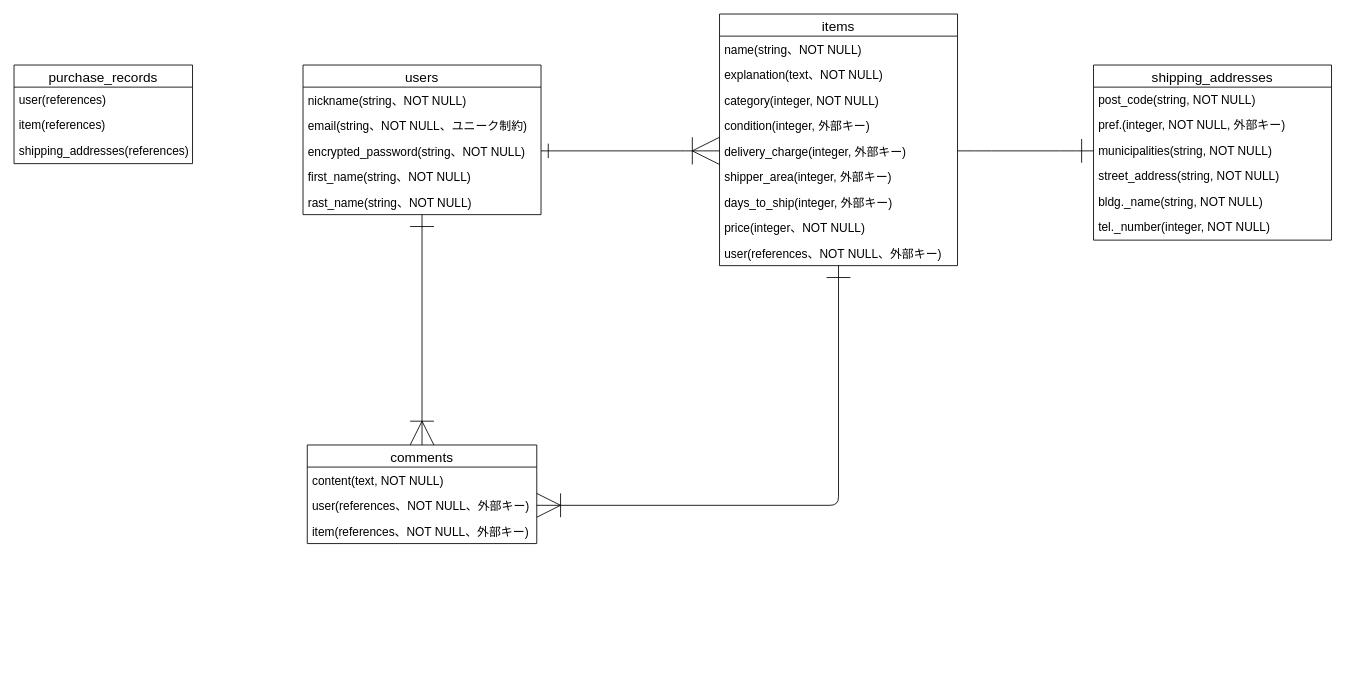
Before: furima.dio in KAZUbcda/furima-39612, a draw.io diagram. Source tidied: cells renumbered, new cells numbered last; positions are measured from the earlier drawing's top-left corner, leaving out a move shared by most shapes. Both pictures are drawn from the tidied source at 85%, with x=0, y=0 at pixel (14, 14).
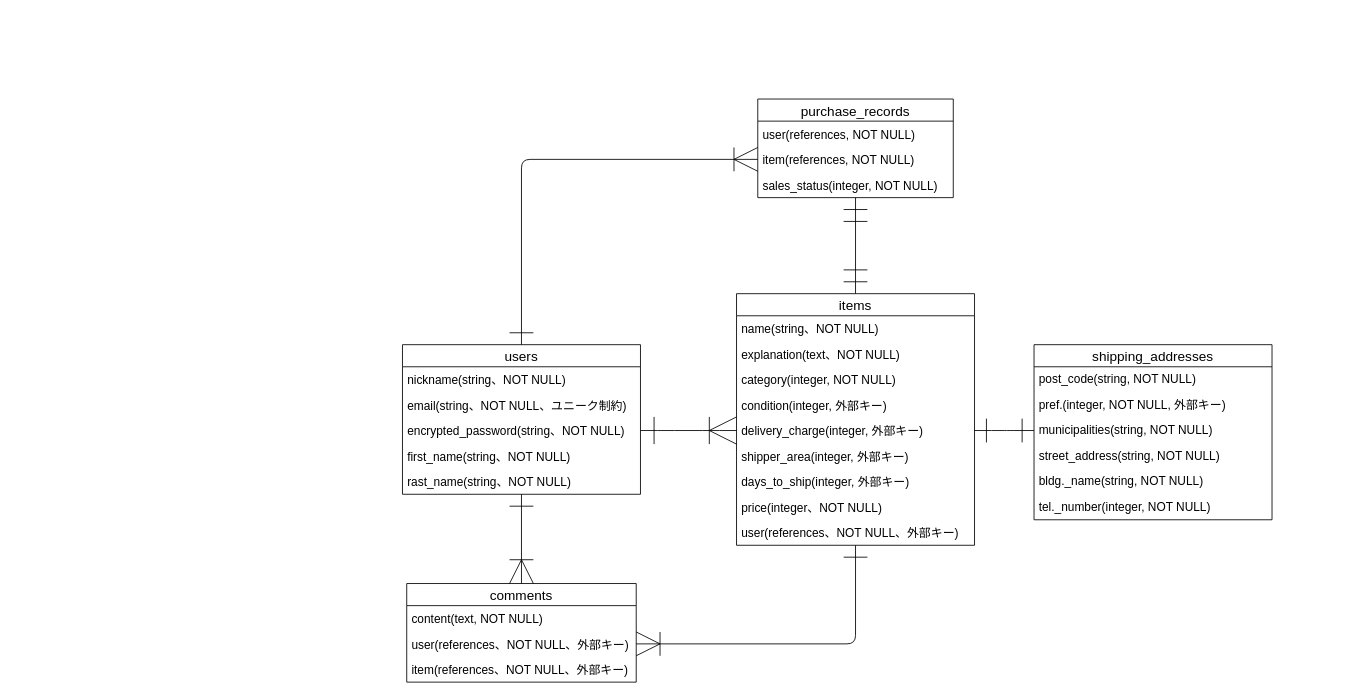
Above is the later version.

Commit message (it also covers changes not shown here):
ER図、READMEのコードレビュー1

The change refers to these unchanged cells:
```xml
<mxCell id="5" value="encrypted_password(string、NOT NULL)" style="text;strokeColor=none;fillColor=none;spacingLeft=4;spacingRight=4;overflow=hidden;points=[[0,0.5],[1,0.5]];portConstraint=eastwest;fontSize=14;verticalAlign=middle;" parent="2" vertex="1">
  <mxGeometry y="86" width="280" height="30" as="geometry" />
</mxCell>
<mxCell id="13" value="delivery_charge(integer, 外部キー)" style="text;strokeColor=none;fillColor=none;spacingLeft=4;spacingRight=4;overflow=hidden;points=[[0,0.5],[1,0.5]];portConstraint=eastwest;fontSize=14;verticalAlign=middle;" parent="8" vertex="1">
  <mxGeometry y="146" width="280" height="30" as="geometry" />
</mxCell>
<mxCell id="17" value="user(references、NOT NULL、外部キー)" style="text;strokeColor=none;fillColor=none;spacingLeft=4;spacingRight=4;overflow=hidden;points=[[0,0.5],[1,0.5]];portConstraint=eastwest;fontSize=14;verticalAlign=middle;" parent="8" vertex="1">
  <mxGeometry y="266" width="280" height="30" as="geometry" />
</mxCell>
<mxCell id="20" value="user(references、NOT NULL、外部キー)" style="text;strokeColor=none;fillColor=none;spacingLeft=4;spacingRight=4;overflow=hidden;points=[[0,0.5],[1,0.5]];portConstraint=eastwest;fontSize=14;verticalAlign=middle;" parent="18" vertex="1">
  <mxGeometry y="56" width="270" height="30" as="geometry" />
</mxCell>
<mxCell id="25" value="municipalities(string, NOT NULL)" style="text;strokeColor=none;fillColor=none;spacingLeft=4;spacingRight=4;overflow=hidden;points=[[0,0.5],[1,0.5]];portConstraint=eastwest;fontSize=14;" parent="22" vertex="1">
  <mxGeometry y="86" width="280" height="30" as="geometry" />
</mxCell>
```

Change to the diagram source:
```diff
@@
     <mxCell id="2" value="users" style="swimlane;fontStyle=0;horizontal=1;startSize=26;align=center;fontSize=16;verticalAlign=middle;" parent="1" vertex="1">
-      <mxGeometry x="340" y="60" width="280" height="176" as="geometry" />
+      <mxGeometry x="457" y="389" width="280" height="176" as="geometry" />
     </mxCell>
@@
     <mxCell id="8" value="items" style="swimlane;fontStyle=0;horizontal=1;startSize=26;align=center;fontSize=16;" parent="1" vertex="1">
-      <mxGeometry x="830" width="280" height="296" as="geometry" />
+      <mxGeometry x="850" y="329" width="280" height="296" as="geometry" />
     </mxCell>
@@
     <mxCell id="18" value="comments" style="swimlane;fontStyle=0;horizontal=1;startSize=26;align=center;fontSize=16;fillColor=none;strokeColor=default;" parent="1" vertex="1">
-      <mxGeometry x="345" y="507" width="270" height="116" as="geometry" />
+      <mxGeometry x="462" y="670" width="270" height="116" as="geometry" />
     </mxCell>
@@
     <mxCell id="22" value="shipping_addresses" style="swimlane;fontStyle=0;horizontal=1;startSize=26;align=center;fontSize=16;" parent="1" vertex="1">
-      <mxGeometry x="1270" y="60" width="280" height="206" as="geometry" />
+      <mxGeometry x="1200" y="389" width="280" height="206" as="geometry" />
     </mxCell>
@@
-    <mxCell id="29" style="edgeStyle=entityRelationEdgeStyle;fontSize=12;html=1;endArrow=ERoneToMany;exitX=1;exitY=0.5;exitDx=0;exitDy=0;startSize=15;sourcePerimeterSpacing=0;endSize=30;startArrow=ERone;startFill=0;entryX=0;entryY=0.5;entryDx=0;entryDy=0;" parent="1" edge="1" source="5" target="13">
+    <mxCell id="29" style="edgeStyle=entityRelationEdgeStyle;fontSize=12;html=1;endArrow=ERoneToMany;startSize=30;sourcePerimeterSpacing=0;endSize=30;startArrow=ERone;startFill=0;entryX=0;entryY=0.5;entryDx=0;entryDy=0;exitX=1;exitY=0.5;exitDx=0;exitDy=0;" parent="1" edge="1" source="5" target="13">
       <mxGeometry relative="1" as="geometry" />
     </mxCell>
@@
     <mxCell id="31" style="fontSize=12;html=1;endArrow=ERone;strokeColor=default;startSize=26;endSize=26;sourcePerimeterSpacing=0;exitX=1;exitY=0.5;exitDx=0;exitDy=0;edgeStyle=elbowEdgeStyle;elbow=vertical;startArrow=ERoneToMany;startFill=0;endFill=0;" parent="1" edge="1" source="20" target="17">
       <mxGeometry relative="1" as="geometry">
         <Array as="points">
-          <mxPoint x="820" y="578" />
+          <mxPoint x="990" y="741" />
         </Array>
       </mxGeometry>
     </mxCell>
-    <mxCell id="32" style="edgeStyle=entityRelationEdgeStyle;fontSize=12;html=1;endArrow=ERone;endFill=1;strokeColor=default;startSize=26;endSize=26;sourcePerimeterSpacing=0;elbow=vertical;exitX=1;exitY=0.5;exitDx=0;exitDy=0;entryX=0;entryY=0.5;entryDx=0;entryDy=0;" parent="1" edge="1" source="13" target="25">
+    <mxCell id="32" style="edgeStyle=entityRelationEdgeStyle;fontSize=12;html=1;endArrow=ERone;endFill=1;strokeColor=default;startSize=26;endSize=26;sourcePerimeterSpacing=0;elbow=vertical;exitX=1;exitY=0.5;exitDx=0;exitDy=0;entryX=0;entryY=0.5;entryDx=0;entryDy=0;startArrow=ERone;startFill=0;" parent="1" edge="1" source="13" target="25">
       <mxGeometry relative="1" as="geometry" />
     </mxCell>
     <mxCell id="33" value="purchase_records" style="swimlane;fontStyle=0;horizontal=1;startSize=26;align=center;fontSize=16;" parent="1" vertex="1">
-      <mxGeometry y="60" width="210" height="116" as="geometry" />
+      <mxGeometry x="875" y="100" width="230" height="116" as="geometry" />
     </mxCell>
-    <mxCell id="34" value="user(references)" style="text;strokeColor=none;fillColor=none;spacingLeft=4;spacingRight=4;overflow=hidden;fontSize=14;" parent="33" vertex="1">
-      <mxGeometry y="26" width="210" height="30" as="geometry" />
+    <mxCell id="34" value="user(references, NOT NULL)" style="text;strokeColor=none;fillColor=none;spacingLeft=4;spacingRight=4;overflow=hidden;fontSize=14;verticalAlign=middle;" parent="33" vertex="1">
+      <mxGeometry y="26" width="230" height="30" as="geometry" />
     </mxCell>
-    <mxCell id="35" value="item(references)" style="text;strokeColor=none;fillColor=none;spacingLeft=4;spacingRight=4;overflow=hidden;points=[[0,0.5],[1,0.5]];portConstraint=eastwest;fontSize=14;" parent="33" vertex="1">
-      <mxGeometry y="56" width="210" height="30" as="geometry" />
+    <mxCell id="35" value="item(references, NOT NULL)" style="text;strokeColor=none;fillColor=none;spacingLeft=4;spacingRight=4;overflow=hidden;points=[[0,0.5],[1,0.5]];portConstraint=eastwest;fontSize=14;verticalAlign=middle;" parent="33" vertex="1">
+      <mxGeometry y="56" width="230" height="30" as="geometry" />
     </mxCell>
-    <mxCell id="36" value="shipping_addresses(references)" style="text;strokeColor=none;fillColor=none;spacingLeft=4;spacingRight=4;overflow=hidden;fontSize=14;" parent="33" vertex="1">
-      <mxGeometry y="86" width="210" height="30" as="geometry" />
-    </mxCell>
+    <mxCell id="37" value="sales_status(integer, NOT NULL)" style="text;strokeColor=none;fillColor=none;spacingLeft=4;spacingRight=4;overflow=hidden;fontSize=14;verticalAlign=middle;" parent="33" vertex="1">
+      <mxGeometry y="86" width="230" height="30" as="geometry" />
+    </mxCell>
+    <mxCell id="38" style="fontSize=12;html=1;endArrow=ERmandOne;startArrow=ERmandOne;strokeColor=default;startSize=26;endSize=26;sourcePerimeterSpacing=0;elbow=vertical;exitX=0.5;exitY=0;exitDx=0;exitDy=0;entryX=0.5;entryY=1;entryDx=0;entryDy=0;" parent="1" edge="1" source="8" target="33">
+      <mxGeometry relative="1" as="geometry" />
+    </mxCell>
+    <mxCell id="39" style="edgeStyle=orthogonalEdgeStyle;fontSize=12;html=1;endArrow=ERoneToMany;startArrow=ERone;strokeColor=default;startSize=26;endSize=26;sourcePerimeterSpacing=0;elbow=vertical;entryX=0;entryY=0.5;entryDx=0;entryDy=0;exitX=0.5;exitY=0;exitDx=0;exitDy=0;endFill=0;startFill=0;" parent="1" edge="1" source="2" target="35">
+      <mxGeometry relative="1" as="geometry" />
+    </mxCell>
```
